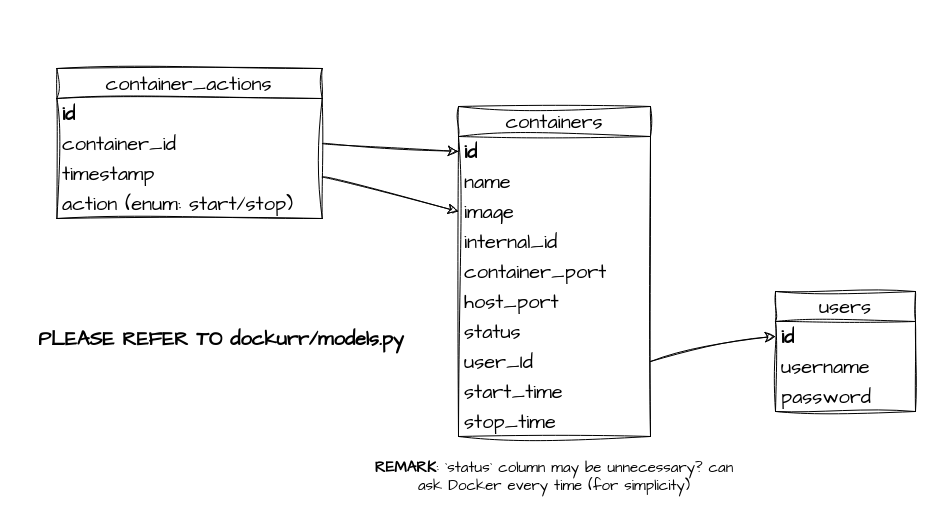
The draw.io diagram page "database" (2 of 3) of docs/caas-diagram.drawio in lc-at/dockurr, before the edit. Source tidied: cells renumbered, new cells numbered last; positions are measured from the earlier drawing's top-left corner, leaving out a move shared by most shapes. Both pictures are drawn from the tidied source at 100%, with x=0, y=0 at pixel (17, 17).
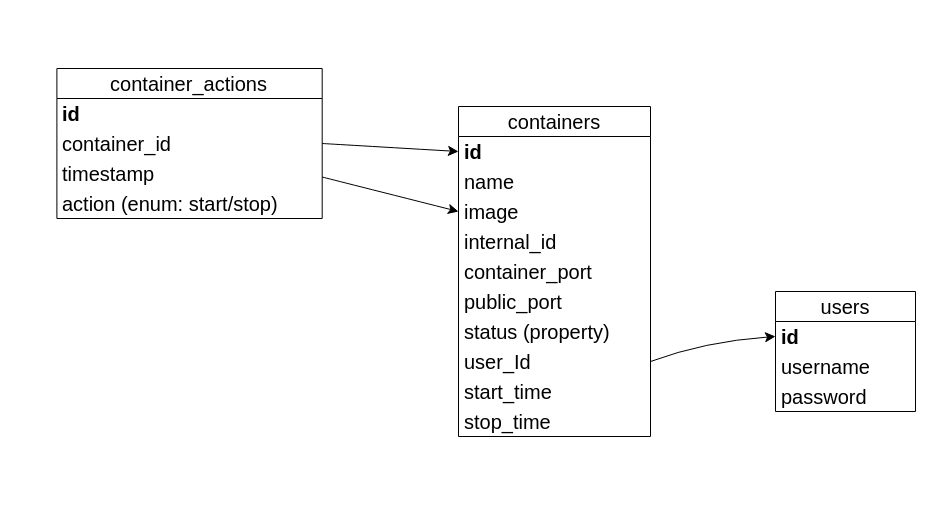
The same diagram, later.

What changed in the source:
```diff
@@
-    <mxCell id="2" value="containers" style="swimlane;fontStyle=0;horizontal=1;startSize=30;whiteSpace=wrap;html=1;sketch=1;hachureGap=4;jiggle=2;curveFitting=1;fontFamily=Architects Daughter;fontSize=20;" parent="1" vertex="1">
+    <mxCell id="2" value="containers" style="swimlane;fontStyle=0;horizontal=1;startSize=30;whiteSpace=wrap;html=1;hachureGap=4;fontFamily=Helvetica;fontSize=20;" parent="1" vertex="1">
       <mxGeometry x="441" y="89" width="192" height="330" as="geometry" />
     </mxCell>
-    <mxCell id="3" value="id" style="text;strokeColor=none;fillColor=none;align=left;verticalAlign=middle;spacingLeft=4;spacingRight=4;overflow=hidden;points=[[0,0.5],[1,0.5]];portConstraint=eastwest;whiteSpace=wrap;html=1;fontSize=20;fontFamily=Architects Daughter;fontStyle=1;" parent="2" vertex="1">
+    <mxCell id="3" value="id" style="text;strokeColor=none;fillColor=none;align=left;verticalAlign=middle;spacingLeft=4;spacingRight=4;overflow=hidden;points=[[0,0.5],[1,0.5]];portConstraint=eastwest;whiteSpace=wrap;html=1;fontSize=20;fontFamily=Helvetica;fontStyle=1;" parent="2" vertex="1">
       <mxGeometry y="30" width="192" height="30" as="geometry" />
     </mxCell>
-    <mxCell id="4" value="name" style="text;strokeColor=none;fillColor=none;align=left;verticalAlign=middle;spacingLeft=4;spacingRight=4;overflow=hidden;whiteSpace=wrap;html=1;fontSize=20;fontFamily=Architects Daughter;fontStyle=0;" parent="2" vertex="1">
+    <mxCell id="4" value="name" style="text;strokeColor=none;fillColor=none;align=left;verticalAlign=middle;spacingLeft=4;spacingRight=4;overflow=hidden;whiteSpace=wrap;html=1;fontSize=20;fontFamily=Helvetica;fontStyle=0;" parent="2" vertex="1">
       <mxGeometry y="60" width="192" height="30" as="geometry" />
     </mxCell>
-    <mxCell id="5" value="image" style="text;strokeColor=none;fillColor=none;align=left;verticalAlign=middle;spacingLeft=4;spacingRight=4;overflow=hidden;points=[[0,0.5],[1,0.5]];portConstraint=eastwest;whiteSpace=wrap;html=1;fontSize=20;fontFamily=Architects Daughter;fontStyle=0;" parent="2" vertex="1">
+    <mxCell id="5" value="image" style="text;strokeColor=none;fillColor=none;align=left;verticalAlign=middle;spacingLeft=4;spacingRight=4;overflow=hidden;points=[[0,0.5],[1,0.5]];portConstraint=eastwest;whiteSpace=wrap;html=1;fontSize=20;fontFamily=Helvetica;fontStyle=0;" parent="2" vertex="1">
       <mxGeometry y="90" width="192" height="30" as="geometry" />
     </mxCell>
-    <mxCell id="6" value="internal_id" style="text;strokeColor=none;fillColor=none;align=left;verticalAlign=middle;spacingLeft=4;spacingRight=4;overflow=hidden;whiteSpace=wrap;html=1;fontSize=20;fontFamily=Architects Daughter;fontStyle=0;" parent="2" vertex="1">
+    <mxCell id="6" value="internal_id" style="text;strokeColor=none;fillColor=none;align=left;verticalAlign=middle;spacingLeft=4;spacingRight=4;overflow=hidden;whiteSpace=wrap;html=1;fontSize=20;fontFamily=Helvetica;fontStyle=0;" parent="2" vertex="1">
       <mxGeometry y="120" width="192" height="30" as="geometry" />
     </mxCell>
-    <mxCell id="7" value="container_port" style="text;strokeColor=none;fillColor=none;align=left;verticalAlign=middle;spacingLeft=4;spacingRight=4;overflow=hidden;whiteSpace=wrap;html=1;fontSize=20;fontFamily=Architects Daughter;fontStyle=0;" parent="2" vertex="1">
+    <mxCell id="7" value="container_port" style="text;strokeColor=none;fillColor=none;align=left;verticalAlign=middle;spacingLeft=4;spacingRight=4;overflow=hidden;whiteSpace=wrap;html=1;fontSize=20;fontFamily=Helvetica;fontStyle=0;" parent="2" vertex="1">
       <mxGeometry y="150" width="192" height="30" as="geometry" />
     </mxCell>
-    <mxCell id="8" value="host_port" style="text;strokeColor=none;fillColor=none;align=left;verticalAlign=middle;spacingLeft=4;spacingRight=4;overflow=hidden;whiteSpace=wrap;html=1;fontSize=20;fontFamily=Architects Daughter;fontStyle=0;" parent="2" vertex="1">
+    <mxCell id="8" value="public_port" style="text;strokeColor=none;fillColor=none;align=left;verticalAlign=middle;spacingLeft=4;spacingRight=4;overflow=hidden;whiteSpace=wrap;html=1;fontSize=20;fontFamily=Helvetica;fontStyle=0;" parent="2" vertex="1">
       <mxGeometry y="180" width="192" height="30" as="geometry" />
     </mxCell>
-    <mxCell id="9" value="status" style="text;strokeColor=none;fillColor=none;align=left;verticalAlign=middle;spacingLeft=4;spacingRight=4;overflow=hidden;whiteSpace=wrap;html=1;fontSize=20;fontFamily=Architects Daughter;fontStyle=0;" parent="2" vertex="1">
+    <mxCell id="9" value="status (property)" style="text;strokeColor=none;fillColor=none;align=left;verticalAlign=middle;spacingLeft=4;spacingRight=4;overflow=hidden;whiteSpace=wrap;html=1;fontSize=20;fontFamily=Helvetica;fontStyle=0;" parent="2" vertex="1">
       <mxGeometry y="210" width="192" height="30" as="geometry" />
     </mxCell>
-    <mxCell id="10" value="user_Id" style="text;strokeColor=none;fillColor=none;align=left;verticalAlign=middle;spacingLeft=4;spacingRight=4;overflow=hidden;points=[[0,0.5],[1,0.5]];portConstraint=eastwest;whiteSpace=wrap;html=1;fontSize=20;fontFamily=Architects Daughter;fontStyle=0;" parent="2" vertex="1">
+    <mxCell id="10" value="user_Id" style="text;strokeColor=none;fillColor=none;align=left;verticalAlign=middle;spacingLeft=4;spacingRight=4;overflow=hidden;points=[[0,0.5],[1,0.5]];portConstraint=eastwest;whiteSpace=wrap;html=1;fontSize=20;fontFamily=Helvetica;fontStyle=0;" parent="2" vertex="1">
       <mxGeometry y="240" width="192" height="30" as="geometry" />
     </mxCell>
-    <mxCell id="11" value="start_time" style="text;strokeColor=none;fillColor=none;align=left;verticalAlign=middle;spacingLeft=4;spacingRight=4;overflow=hidden;whiteSpace=wrap;html=1;fontSize=20;fontFamily=Architects Daughter;fontStyle=0;" parent="2" vertex="1">
+    <mxCell id="11" value="start_time" style="text;strokeColor=none;fillColor=none;align=left;verticalAlign=middle;spacingLeft=4;spacingRight=4;overflow=hidden;whiteSpace=wrap;html=1;fontSize=20;fontFamily=Helvetica;fontStyle=0;" parent="2" vertex="1">
       <mxGeometry y="270" width="192" height="30" as="geometry" />
     </mxCell>
-    <mxCell id="12" value="stop_time" style="text;strokeColor=none;fillColor=none;align=left;verticalAlign=middle;spacingLeft=4;spacingRight=4;overflow=hidden;whiteSpace=wrap;html=1;fontSize=20;fontFamily=Architects Daughter;fontStyle=0;" parent="2" vertex="1">
+    <mxCell id="12" value="stop_time" style="text;strokeColor=none;fillColor=none;align=left;verticalAlign=middle;spacingLeft=4;spacingRight=4;overflow=hidden;whiteSpace=wrap;html=1;fontSize=20;fontFamily=Helvetica;fontStyle=0;" parent="2" vertex="1">
       <mxGeometry y="300" width="192" height="30" as="geometry" />
     </mxCell>
-    <mxCell id="13" value="users" style="swimlane;fontStyle=0;horizontal=1;startSize=30;whiteSpace=wrap;html=1;sketch=1;hachureGap=4;jiggle=2;curveFitting=1;fontFamily=Architects Daughter;fontSize=20;" parent="1" vertex="1">
+    <mxCell id="13" value="users" style="swimlane;fontStyle=0;horizontal=1;startSize=30;whiteSpace=wrap;html=1;hachureGap=4;fontFamily=Helvetica;fontSize=20;" parent="1" vertex="1">
       <mxGeometry x="758" y="274" width="140" height="120" as="geometry" />
     </mxCell>
-    <mxCell id="14" value="id" style="text;strokeColor=none;fillColor=none;align=left;verticalAlign=middle;spacingLeft=4;spacingRight=4;overflow=hidden;points=[[0,0.5],[1,0.5]];portConstraint=eastwest;whiteSpace=wrap;html=1;fontSize=20;fontFamily=Architects Daughter;fontStyle=1;" parent="13" vertex="1">
+    <mxCell id="14" value="id" style="text;strokeColor=none;fillColor=none;align=left;verticalAlign=middle;spacingLeft=4;spacingRight=4;overflow=hidden;points=[[0,0.5],[1,0.5]];portConstraint=eastwest;whiteSpace=wrap;html=1;fontSize=20;fontFamily=Helvetica;fontStyle=1;" parent="13" vertex="1">
       <mxGeometry y="30" width="140" height="30" as="geometry" />
     </mxCell>
-    <mxCell id="15" value="username" style="text;strokeColor=none;fillColor=none;align=left;verticalAlign=middle;spacingLeft=4;spacingRight=4;overflow=hidden;whiteSpace=wrap;html=1;fontSize=20;fontFamily=Architects Daughter;" parent="13" vertex="1">
+    <mxCell id="15" value="username" style="text;strokeColor=none;fillColor=none;align=left;verticalAlign=middle;spacingLeft=4;spacingRight=4;overflow=hidden;whiteSpace=wrap;html=1;fontSize=20;fontFamily=Helvetica;" parent="13" vertex="1">
       <mxGeometry y="60" width="140" height="30" as="geometry" />
     </mxCell>
-    <mxCell id="16" value="password" style="text;strokeColor=none;fillColor=none;align=left;verticalAlign=middle;spacingLeft=4;spacingRight=4;overflow=hidden;whiteSpace=wrap;html=1;fontSize=20;fontFamily=Architects Daughter;" parent="13" vertex="1">
+    <mxCell id="16" value="password" style="text;strokeColor=none;fillColor=none;align=left;verticalAlign=middle;spacingLeft=4;spacingRight=4;overflow=hidden;whiteSpace=wrap;html=1;fontSize=20;fontFamily=Helvetica;" parent="13" vertex="1">
       <mxGeometry y="90" width="140" height="30" as="geometry" />
     </mxCell>
-    <mxCell id="17" style="edgeStyle=none;curved=1;rounded=0;sketch=1;hachureGap=4;jiggle=2;curveFitting=1;jettySize=auto;html=1;entryX=0;entryY=0.5;entryDx=0;entryDy=0;fontFamily=Architects Daughter;fontSize=16;startSize=8;endSize=8;exitX=1;exitY=0.5;exitDx=0;exitDy=0;" parent="1" edge="1" source="10" target="14">
+    <mxCell id="17" style="edgeStyle=none;curved=1;rounded=0;hachureGap=4;jettySize=auto;html=1;entryX=0;entryY=0.5;entryDx=0;entryDy=0;fontFamily=Helvetica;fontSize=16;startSize=8;endSize=8;exitX=1;exitY=0.5;exitDx=0;exitDy=0;" parent="1" edge="1" source="10" target="14">
       <mxGeometry relative="1" as="geometry">
         <Array as="points">
           <mxPoint x="687" y="324" />
         </Array>
       </mxGeometry>
     </mxCell>
-    <mxCell id="18" style="edgeStyle=none;curved=1;rounded=0;sketch=1;hachureGap=4;jiggle=2;curveFitting=1;jettySize=auto;html=1;entryX=0;entryY=0.5;entryDx=0;entryDy=0;fontFamily=Architects Daughter;fontSize=16;startSize=8;endSize=8;exitX=1;exitY=0.5;exitDx=0;exitDy=0;" parent="1" edge="1" source="22" target="3">
+    <mxCell id="18" style="edgeStyle=none;curved=1;rounded=0;hachureGap=4;jettySize=auto;html=1;entryX=0;entryY=0.5;entryDx=0;entryDy=0;fontFamily=Helvetica;fontSize=16;startSize=8;endSize=8;exitX=1;exitY=0.5;exitDx=0;exitDy=0;" parent="1" edge="1" source="22" target="3">
       <mxGeometry relative="1" as="geometry" />
     </mxCell>
-    <mxCell id="19" style="group;" parent="1" vertex="1">
+    <mxCell id="19" style="group;fontFamily=Helvetica;" parent="1" vertex="1">
       <mxGeometry width="430.6" height="231" as="geometry" />
     </mxCell>
-    <mxCell id="20" value="container_actions" style="swimlane;fontStyle=0;horizontal=1;startSize=30;whiteSpace=wrap;html=1;sketch=1;hachureGap=4;jiggle=2;curveFitting=1;fontFamily=Architects Daughter;fontSize=20;" parent="19" vertex="1">
+    <mxCell id="20" value="container_actions" style="swimlane;fontStyle=0;horizontal=1;startSize=30;whiteSpace=wrap;html=1;hachureGap=4;fontFamily=Helvetica;fontSize=20;" parent="19" vertex="1">
       <mxGeometry x="39.4" y="51" width="265.3" height="150" as="geometry" />
     </mxCell>
-    <mxCell id="21" value="id" style="text;strokeColor=none;fillColor=none;align=left;verticalAlign=middle;spacingLeft=4;spacingRight=4;overflow=hidden;whiteSpace=wrap;html=1;fontSize=20;fontFamily=Architects Daughter;fontStyle=1;" parent="20" vertex="1">
+    <mxCell id="21" value="id" style="text;strokeColor=none;fillColor=none;align=left;verticalAlign=middle;spacingLeft=4;spacingRight=4;overflow=hidden;whiteSpace=wrap;html=1;fontSize=20;fontFamily=Helvetica;fontStyle=1;" parent="20" vertex="1">
       <mxGeometry y="30" width="265.3" height="30" as="geometry" />
     </mxCell>
-    <mxCell id="22" value="container_id" style="text;strokeColor=none;fillColor=none;align=left;verticalAlign=middle;spacingLeft=4;spacingRight=4;overflow=hidden;points=[[0,0.5],[1,0.5]];portConstraint=eastwest;whiteSpace=wrap;html=1;fontSize=20;fontFamily=Architects Daughter;fontStyle=0;" parent="20" vertex="1">
+    <mxCell id="22" value="container_id" style="text;strokeColor=none;fillColor=none;align=left;verticalAlign=middle;spacingLeft=4;spacingRight=4;overflow=hidden;points=[[0,0.5],[1,0.5]];portConstraint=eastwest;whiteSpace=wrap;html=1;fontSize=20;fontFamily=Helvetica;fontStyle=0;" parent="20" vertex="1">
       <mxGeometry y="60" width="265.3" height="30" as="geometry" />
     </mxCell>
-    <mxCell id="23" value="timestamp" style="text;strokeColor=none;fillColor=none;align=left;verticalAlign=middle;spacingLeft=4;spacingRight=4;overflow=hidden;whiteSpace=wrap;html=1;fontSize=20;fontFamily=Architects Daughter;" parent="20" vertex="1">
+    <mxCell id="23" value="timestamp" style="text;strokeColor=none;fillColor=none;align=left;verticalAlign=middle;spacingLeft=4;spacingRight=4;overflow=hidden;whiteSpace=wrap;html=1;fontSize=20;fontFamily=Helvetica;" parent="20" vertex="1">
       <mxGeometry y="90" width="265.3" height="30" as="geometry" />
     </mxCell>
-    <mxCell id="24" value="action (enum: start/stop)" style="text;strokeColor=none;fillColor=none;align=left;verticalAlign=middle;spacingLeft=4;spacingRight=4;overflow=hidden;whiteSpace=wrap;html=1;fontSize=20;fontFamily=Architects Daughter;" parent="20" vertex="1">
+    <mxCell id="24" value="action (enum: start/stop)" style="text;strokeColor=none;fillColor=none;align=left;verticalAlign=middle;spacingLeft=4;spacingRight=4;overflow=hidden;whiteSpace=wrap;html=1;fontSize=20;fontFamily=Helvetica;" parent="20" vertex="1">
       <mxGeometry y="120" width="265.3" height="30" as="geometry" />
     </mxCell>
-    <mxCell id="25" value="&lt;b style=&quot;font-size: 15px;&quot;&gt;REMARK&lt;/b&gt;: `status` column may be unnecessary? can ask Docker every time (for simplicity)" style="text;strokeColor=none;align=center;fillColor=none;html=1;verticalAlign=middle;whiteSpace=wrap;rounded=0;fontSize=15;fontFamily=Architects Daughter;" parent="1" vertex="1">
-      <mxGeometry x="355.8" y="431" width="362.4" height="55" as="geometry" />
-    </mxCell>
-    <mxCell id="26" style="edgeStyle=none;curved=1;rounded=0;sketch=1;hachureGap=4;jiggle=2;curveFitting=1;jettySize=auto;html=1;fontFamily=Architects Daughter;fontSize=16;startSize=8;endSize=8;entryX=0;entryY=0.5;entryDx=0;entryDy=0;" parent="1" edge="1" source="20" target="5">
+    <mxCell id="26" style="edgeStyle=none;curved=1;rounded=0;hachureGap=4;jettySize=auto;html=1;fontFamily=Helvetica;fontSize=16;startSize=8;endSize=8;entryX=0;entryY=0.5;entryDx=0;entryDy=0;" parent="1" edge="1" source="20" target="5">
       <mxGeometry relative="1" as="geometry" />
     </mxCell>
-    <mxCell id="27" value="PLEASE REFER TO dockurr/models.py" style="text;strokeColor=none;align=center;fillColor=none;html=1;verticalAlign=middle;whiteSpace=wrap;rounded=0;fontSize=20;fontFamily=Architects Daughter;fontStyle=1;" parent="1" vertex="1">
-      <mxGeometry y="306" width="407.6" height="30" as="geometry" />
-    </mxCell>
```
